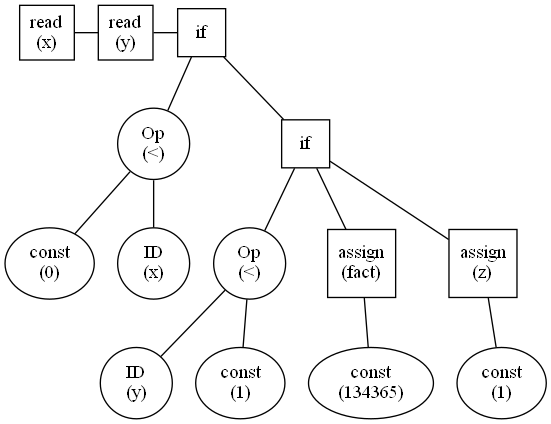
Above: test-output/Syntax-Tree.gv.png in omarhatem97/Compilers-Project (Graphviz), before the change. Its source is kept beside it as test-output/Syntax-Tree.gv.
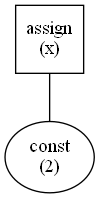
Above is the later version.

Diff of the diagram source:
```diff
@@ -1,41 +1,7 @@
 graph {
-	1 [label="read
+	1 [label="assign
 (x)" shape=square]
-	2 [label="read
-(y)" shape=square]
-	3 [label=if shape=square]
-	4 [label="const
-(0)"]
-	5 [label="Op
-(<)"]
-	6 [label="ID
-(x)"]
-	7 [label=if shape=square]
-	8 [label="ID
-(y)"]
-	9 [label="Op
-(<)"]
-	10 [label="const
-(1)"]
-	11 [label="assign
-(fact)" shape=square]
-	12 [label="const
-(134365)"]
-	13 [label="assign
-(z)" shape=square]
-	14 [label="const
-(1)"]
-	5 -- 4
-	3 -- 5
-	5 -- 6
-	3 -- 7
-	9 -- 8
-	7 -- 9
-	9 -- 10
-	7 -- 11
-	11 -- 12
-	7 -- 13
-	13 -- 14
-	1 -- 2 [constraint=false]
-	2 -- 3 [constraint=false]
+	2 [label="const
+(2)"]
+	1 -- 2
 }
```
